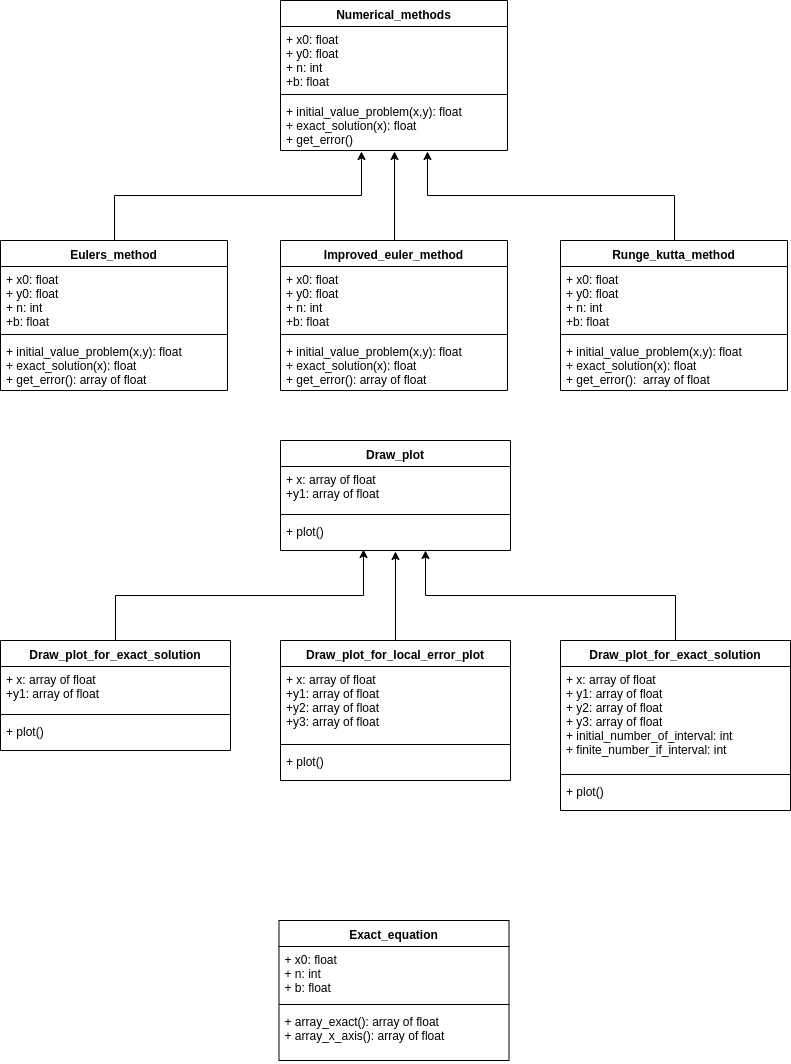
Earlier version of the draw.io export UML_diagram.png (okeyrita/Computational-practicum). Source tidied: cells renumbered, new cells last; positions are measured from the earlier drawing's top-left corner, leaving out a move shared by most shapes.
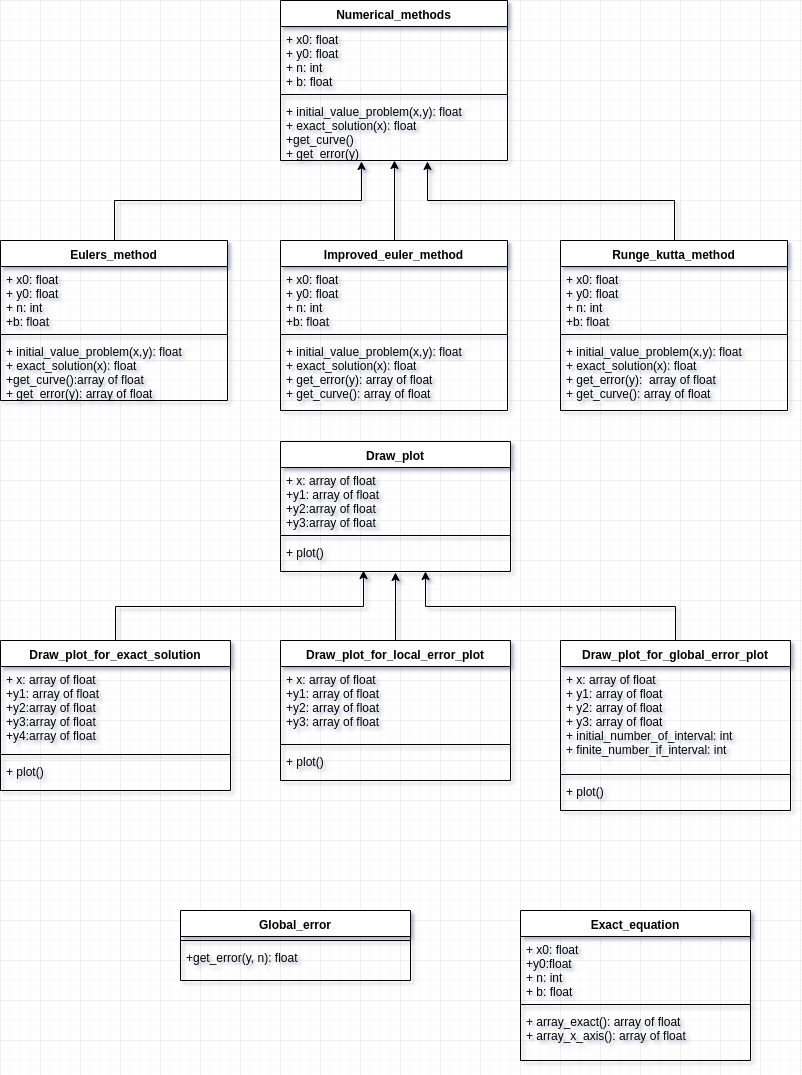
The same file after the commit.

What changed in the source:
```diff
@@ -3,22 +3,22 @@
     <mxCell id="0" />
     <mxCell id="1" parent="0" />
     <mxCell id="2" value="Numerical_methods" style="swimlane;fontStyle=1;align=center;verticalAlign=top;horizontal=1;startSize=26;" parent="1" vertex="1">
-      <mxGeometry x="280" width="227" height="150" as="geometry" />
+      <mxGeometry x="280" width="227" height="160" as="geometry" />
     </mxCell>
-    <mxCell id="3" value="+ x0: float&#10;+ y0: float&#10;+ n: int&#10;+b: float" style="text;strokeColor=none;fillColor=none;align=left;verticalAlign=top;spacingLeft=4;spacingRight=4;overflow=hidden;" parent="2" vertex="1">
+    <mxCell id="3" value="+ x0: float&#10;+ y0: float&#10;+ n: int&#10;+ b: float" style="text;strokeColor=none;fillColor=none;align=left;verticalAlign=top;spacingLeft=4;spacingRight=4;overflow=hidden;" parent="2" vertex="1">
       <mxGeometry y="26" width="227" height="64" as="geometry" />
     </mxCell>
     <mxCell id="4" style="line;strokeWidth=1;fillColor=none;align=left;verticalAlign=middle;spacingTop=-1;spacingLeft=3;spacingRight=3;labelPosition=right;" parent="2" vertex="1">
       <mxGeometry y="90" width="227" height="8" as="geometry" />
     </mxCell>
-    <mxCell id="5" value="+ initial_value_problem(x,y): float&#10;+ exact_solution(x): float&#10;+ get_error()" style="text;strokeColor=none;fillColor=none;align=left;verticalAlign=top;spacingLeft=4;spacingRight=4;overflow=hidden;points=[[0,0.5],[1,0.5]];portConstraint=eastwest;" parent="2" vertex="1">
-      <mxGeometry y="98" width="227" height="52" as="geometry" />
+    <mxCell id="5" value="+ initial_value_problem(x,y): float&#10;+ exact_solution(x): float&#10;+get_curve()&#10;+ get_error(y)" style="text;strokeColor=none;fillColor=none;align=left;verticalAlign=top;spacingLeft=4;spacingRight=4;overflow=hidden;points=[[0,0.5],[1,0.5]];portConstraint=eastwest;" parent="2" vertex="1">
+      <mxGeometry y="98" width="227" height="62" as="geometry" />
     </mxCell>
     <mxCell id="6" style="edgeStyle=orthogonalEdgeStyle;rounded=0;jettySize=auto;html=1;exitX=0.5;exitY=0;exitDx=0;exitDy=0;entryX=0.357;entryY=1.019;entryDx=0;entryDy=0;entryPerimeter=0;" parent="1" edge="1" source="7" target="5">
       <mxGeometry relative="1" as="geometry" />
     </mxCell>
     <mxCell id="7" value="Eulers_method" style="swimlane;fontStyle=1;align=center;verticalAlign=top;horizontal=1;startSize=26;" parent="1" vertex="1">
-      <mxGeometry y="240" width="227" height="150" as="geometry" />
+      <mxGeometry y="240" width="227" height="160" as="geometry" />
     </mxCell>
     <mxCell id="8" value="+ x0: float&#10;+ y0: float&#10;+ n: int&#10;+b: float" style="text;strokeColor=none;fillColor=none;align=left;verticalAlign=top;spacingLeft=4;spacingRight=4;overflow=hidden;" parent="7" vertex="1">
       <mxGeometry y="26" width="227" height="64" as="geometry" />
@@ -26,16 +26,16 @@
     <mxCell id="9" style="line;strokeWidth=1;fillColor=none;align=left;verticalAlign=middle;spacingTop=-1;spacingLeft=3;spacingRight=3;labelPosition=right;" parent="7" vertex="1">
       <mxGeometry y="90" width="227" height="8" as="geometry" />
     </mxCell>
-    <mxCell id="10" value="+ initial_value_problem(x,y): float&#10;+ exact_solution(x): float&#10;+ get_error(): array of float" style="text;strokeColor=none;fillColor=none;align=left;verticalAlign=top;spacingLeft=4;spacingRight=4;overflow=hidden;" parent="7" vertex="1">
-      <mxGeometry y="98" width="227" height="52" as="geometry" />
+    <mxCell id="10" value="+ initial_value_problem(x,y): float&#10;+ exact_solution(x): float&#10;+get_curve():array of float&#10;+ get_error(y): array of float" style="text;strokeColor=none;fillColor=none;align=left;verticalAlign=top;spacingLeft=4;spacingRight=4;overflow=hidden;" parent="7" vertex="1">
+      <mxGeometry y="98" width="227" height="62" as="geometry" />
     </mxCell>
     <mxCell id="11" style="edgeStyle=orthogonalEdgeStyle;rounded=0;jettySize=auto;html=1;exitX=0.5;exitY=0;exitDx=0;exitDy=0;" parent="1" edge="1" source="12">
       <mxGeometry relative="1" as="geometry">
-        <mxPoint x="394" y="151" as="targetPoint" />
+        <mxPoint x="394" y="160" as="targetPoint" />
       </mxGeometry>
     </mxCell>
     <mxCell id="12" value="Improved_euler_method" style="swimlane;fontStyle=1;align=center;verticalAlign=top;horizontal=1;startSize=26;" parent="1" vertex="1">
-      <mxGeometry x="280" y="240" width="227" height="150" as="geometry" />
+      <mxGeometry x="280" y="240" width="227" height="170" as="geometry" />
     </mxCell>
     <mxCell id="13" value="+ x0: float&#10;+ y0: float&#10;+ n: int&#10;+b: float" style="text;strokeColor=none;fillColor=none;align=left;verticalAlign=top;spacingLeft=4;spacingRight=4;overflow=hidden;" parent="12" vertex="1">
       <mxGeometry y="26" width="227" height="64" as="geometry" />
@@ -43,14 +43,14 @@
     <mxCell id="14" style="line;strokeWidth=1;fillColor=none;align=left;verticalAlign=middle;spacingTop=-1;spacingLeft=3;spacingRight=3;labelPosition=right;" parent="12" vertex="1">
       <mxGeometry y="90" width="227" height="8" as="geometry" />
     </mxCell>
-    <mxCell id="15" value="+ initial_value_problem(x,y): float&#10;+ exact_solution(x): float&#10;+ get_error(): array of float" style="text;strokeColor=none;fillColor=none;align=left;verticalAlign=top;spacingLeft=4;spacingRight=4;overflow=hidden;" parent="12" vertex="1">
-      <mxGeometry y="98" width="227" height="52" as="geometry" />
+    <mxCell id="15" value="+ initial_value_problem(x,y): float&#10;+ exact_solution(x): float&#10;+ get_error(y): array of float&#10;+ get_curve(): array of float" style="text;strokeColor=none;fillColor=none;align=left;verticalAlign=top;spacingLeft=4;spacingRight=4;overflow=hidden;" parent="12" vertex="1">
+      <mxGeometry y="98" width="227" height="72" as="geometry" />
     </mxCell>
     <mxCell id="16" style="edgeStyle=orthogonalEdgeStyle;rounded=0;jettySize=auto;html=1;exitX=0.5;exitY=0;exitDx=0;exitDy=0;entryX=0.648;entryY=1.019;entryDx=0;entryDy=0;entryPerimeter=0;" parent="1" edge="1" source="17" target="5">
       <mxGeometry relative="1" as="geometry" />
     </mxCell>
     <mxCell id="17" value="Runge_kutta_method" style="swimlane;fontStyle=1;align=center;verticalAlign=top;horizontal=1;startSize=26;" parent="1" vertex="1">
-      <mxGeometry x="560" y="240" width="227" height="150" as="geometry" />
+      <mxGeometry x="560" y="240" width="227" height="170" as="geometry" />
     </mxCell>
     <mxCell id="18" value="+ x0: float&#10;+ y0: float&#10;+ n: int&#10;+b: float" style="text;strokeColor=none;fillColor=none;align=left;verticalAlign=top;spacingLeft=4;spacingRight=4;overflow=hidden;" parent="17" vertex="1">
       <mxGeometry y="26" width="227" height="64" as="geometry" />
@@ -58,35 +58,35 @@
     <mxCell id="19" style="line;strokeWidth=1;fillColor=none;align=left;verticalAlign=middle;spacingTop=-1;spacingLeft=3;spacingRight=3;labelPosition=right;" parent="17" vertex="1">
       <mxGeometry y="90" width="227" height="8" as="geometry" />
     </mxCell>
-    <mxCell id="20" value="+ initial_value_problem(x,y): float&#10;+ exact_solution(x): float&#10;+ get_error():  array of float" style="text;strokeColor=none;fillColor=none;align=left;verticalAlign=top;spacingLeft=4;spacingRight=4;overflow=hidden;" parent="17" vertex="1">
-      <mxGeometry y="98" width="227" height="52" as="geometry" />
+    <mxCell id="20" value="+ initial_value_problem(x,y): float&#10;+ exact_solution(x): float&#10;+ get_error(y):  array of float&#10;+ get_curve(): array of float" style="text;strokeColor=none;fillColor=none;align=left;verticalAlign=top;spacingLeft=4;spacingRight=4;overflow=hidden;" parent="17" vertex="1">
+      <mxGeometry y="98" width="227" height="72" as="geometry" />
     </mxCell>
     <mxCell id="21" value="Draw_plot" style="swimlane;fontStyle=1;align=center;verticalAlign=top;horizontal=1;startSize=26;" parent="1" vertex="1">
-      <mxGeometry x="280" y="440" width="230" height="110" as="geometry" />
+      <mxGeometry x="280" y="441" width="230" height="130" as="geometry" />
     </mxCell>
-    <mxCell id="22" value="+ x: array of float&#10;+y1: array of float" style="text;strokeColor=none;fillColor=none;align=left;verticalAlign=top;spacingLeft=4;spacingRight=4;overflow=hidden;" parent="21" vertex="1">
-      <mxGeometry y="26" width="230" height="44" as="geometry" />
+    <mxCell id="22" value="+ x: array of float&#10;+y1: array of float&#10;+y2:array of float&#10;+y3:array of float" style="text;strokeColor=none;fillColor=none;align=left;verticalAlign=top;spacingLeft=4;spacingRight=4;overflow=hidden;" parent="21" vertex="1">
+      <mxGeometry y="26" width="230" height="64" as="geometry" />
     </mxCell>
     <mxCell id="23" style="line;strokeWidth=1;fillColor=none;align=left;verticalAlign=middle;spacingTop=-1;spacingLeft=3;spacingRight=3;labelPosition=right;" parent="21" vertex="1">
-      <mxGeometry y="70" width="230" height="8" as="geometry" />
+      <mxGeometry y="90" width="230" height="8" as="geometry" />
     </mxCell>
     <mxCell id="24" value="+ plot()" style="text;strokeColor=none;fillColor=none;align=left;verticalAlign=top;spacingLeft=4;spacingRight=4;overflow=hidden;points=[[0,0.5],[1,0.5]];portConstraint=eastwest;" parent="21" vertex="1">
-      <mxGeometry y="78" width="230" height="32" as="geometry" />
+      <mxGeometry y="98" width="230" height="32" as="geometry" />
     </mxCell>
     <mxCell id="25" style="edgeStyle=orthogonalEdgeStyle;rounded=0;jettySize=auto;html=1;exitX=0.5;exitY=0;exitDx=0;exitDy=0;entryX=0.361;entryY=0.969;entryDx=0;entryDy=0;entryPerimeter=0;" parent="1" edge="1" source="26" target="24">
       <mxGeometry relative="1" as="geometry" />
     </mxCell>
     <mxCell id="26" value="Draw_plot_for_exact_solution" style="swimlane;fontStyle=1;align=center;verticalAlign=top;horizontal=1;startSize=26;" parent="1" vertex="1">
-      <mxGeometry y="640" width="230" height="110" as="geometry" />
+      <mxGeometry y="640" width="230" height="150" as="geometry" />
     </mxCell>
-    <mxCell id="27" value="+ x: array of float&#10;+y1: array of float" style="text;strokeColor=none;fillColor=none;align=left;verticalAlign=top;spacingLeft=4;spacingRight=4;overflow=hidden;" parent="26" vertex="1">
-      <mxGeometry y="26" width="230" height="44" as="geometry" />
+    <mxCell id="27" value="+ x: array of float&#10;+y1: array of float&#10;+y2:array of float&#10;+y3:array of float&#10;+y4:array of float" style="text;strokeColor=none;fillColor=none;align=left;verticalAlign=top;spacingLeft=4;spacingRight=4;overflow=hidden;" parent="26" vertex="1">
+      <mxGeometry y="26" width="230" height="84" as="geometry" />
     </mxCell>
     <mxCell id="28" style="line;strokeWidth=1;fillColor=none;align=left;verticalAlign=middle;spacingTop=-1;spacingLeft=3;spacingRight=3;labelPosition=right;" parent="26" vertex="1">
-      <mxGeometry y="70" width="230" height="8" as="geometry" />
+      <mxGeometry y="110" width="230" height="8" as="geometry" />
     </mxCell>
     <mxCell id="29" value="+ plot()" style="text;strokeColor=none;fillColor=none;align=left;verticalAlign=top;spacingLeft=4;spacingRight=4;overflow=hidden;" parent="26" vertex="1">
-      <mxGeometry y="78" width="230" height="32" as="geometry" />
+      <mxGeometry y="118" width="230" height="32" as="geometry" />
     </mxCell>
     <mxCell id="30" style="edgeStyle=orthogonalEdgeStyle;rounded=0;jettySize=auto;html=1;exitX=0.5;exitY=0;exitDx=0;exitDy=0;entryX=0.5;entryY=1.031;entryDx=0;entryDy=0;entryPerimeter=0;" parent="1" edge="1" source="31" target="24">
       <mxGeometry relative="1" as="geometry" />
@@ -106,7 +106,7 @@
     <mxCell id="35" style="edgeStyle=orthogonalEdgeStyle;rounded=0;jettySize=auto;html=1;exitX=0.5;exitY=0;exitDx=0;exitDy=0;entryX=0.63;entryY=1;entryDx=0;entryDy=0;entryPerimeter=0;" parent="1" edge="1" source="36" target="24">
       <mxGeometry relative="1" as="geometry" />
     </mxCell>
-    <mxCell id="36" value="Draw_plot_for_exact_solution" style="swimlane;fontStyle=1;align=center;verticalAlign=top;horizontal=1;startSize=26;" parent="1" vertex="1">
+    <mxCell id="36" value="Draw_plot_for_global_error_plot" style="swimlane;fontStyle=1;align=center;verticalAlign=top;horizontal=1;startSize=26;" parent="1" vertex="1">
       <mxGeometry x="560" y="640" width="230" height="170" as="geometry" />
     </mxCell>
     <mxCell id="37" value="+ x: array of float&#10;+ y1: array of float&#10;+ y2: array of float&#10;+ y3: array of float&#10;+ initial_number_of_interval: int&#10;+ finite_number_if_interval: int" style="text;strokeColor=none;fillColor=none;align=left;verticalAlign=top;spacingLeft=4;spacingRight=4;overflow=hidden;" parent="36" vertex="1">
@@ -119,16 +119,25 @@
       <mxGeometry y="138" width="230" height="32" as="geometry" />
     </mxCell>
     <mxCell id="40" value="Exact_equation" style="swimlane;fontStyle=1;align=center;verticalAlign=top;horizontal=1;startSize=26;" parent="1" vertex="1">
-      <mxGeometry x="278.5" y="920" width="230" height="140" as="geometry" />
+      <mxGeometry x="520" y="910" width="230" height="150" as="geometry" />
     </mxCell>
-    <mxCell id="41" value="+ x0: float&#10;+ n: int&#10;+ b: float" style="text;strokeColor=none;fillColor=none;align=left;verticalAlign=top;spacingLeft=4;spacingRight=4;overflow=hidden;" parent="40" vertex="1">
-      <mxGeometry y="26" width="230" height="54" as="geometry" />
+    <mxCell id="41" value="+ x0: float&#10;+y0:float&#10;+ n: int&#10;+ b: float" style="text;strokeColor=none;fillColor=none;align=left;verticalAlign=top;spacingLeft=4;spacingRight=4;overflow=hidden;" parent="40" vertex="1">
+      <mxGeometry y="26" width="230" height="64" as="geometry" />
     </mxCell>
     <mxCell id="42" style="line;strokeWidth=1;fillColor=none;align=left;verticalAlign=middle;spacingTop=-1;spacingLeft=3;spacingRight=3;labelPosition=right;" parent="40" vertex="1">
-      <mxGeometry y="80" width="230" height="8" as="geometry" />
+      <mxGeometry y="90" width="230" height="8" as="geometry" />
     </mxCell>
     <mxCell id="43" value="+ array_exact(): array of float&#10;+ array_x_axis(): array of float" style="text;strokeColor=none;fillColor=none;align=left;verticalAlign=top;spacingLeft=4;spacingRight=4;overflow=hidden;" parent="40" vertex="1">
-      <mxGeometry y="88" width="230" height="52" as="geometry" />
+      <mxGeometry y="98" width="230" height="52" as="geometry" />
     </mxCell>
+    <mxCell id="44" value="Global_error" style="swimlane;fontStyle=1;align=center;verticalAlign=top;horizontal=1;startSize=26;" parent="1" vertex="1">
+      <mxGeometry x="180" y="910" width="230" height="70" as="geometry" />
+    </mxCell>
+    <mxCell id="45" style="line;strokeWidth=1;fillColor=none;align=left;verticalAlign=middle;spacingTop=-1;spacingLeft=3;spacingRight=3;labelPosition=right;" parent="44" vertex="1">
+      <mxGeometry y="26" width="230" height="8" as="geometry" />
+    </mxCell>
+    <mxCell id="46" value="+get_error(y, n): float" style="text;strokeColor=none;fillColor=none;align=left;verticalAlign=top;spacingLeft=4;spacingRight=4;overflow=hidden;" parent="44" vertex="1">
+      <mxGeometry y="34" width="230" height="36" as="geometry" />
+    </mxCell>
   </root>
 </mxGraphModel>
```
